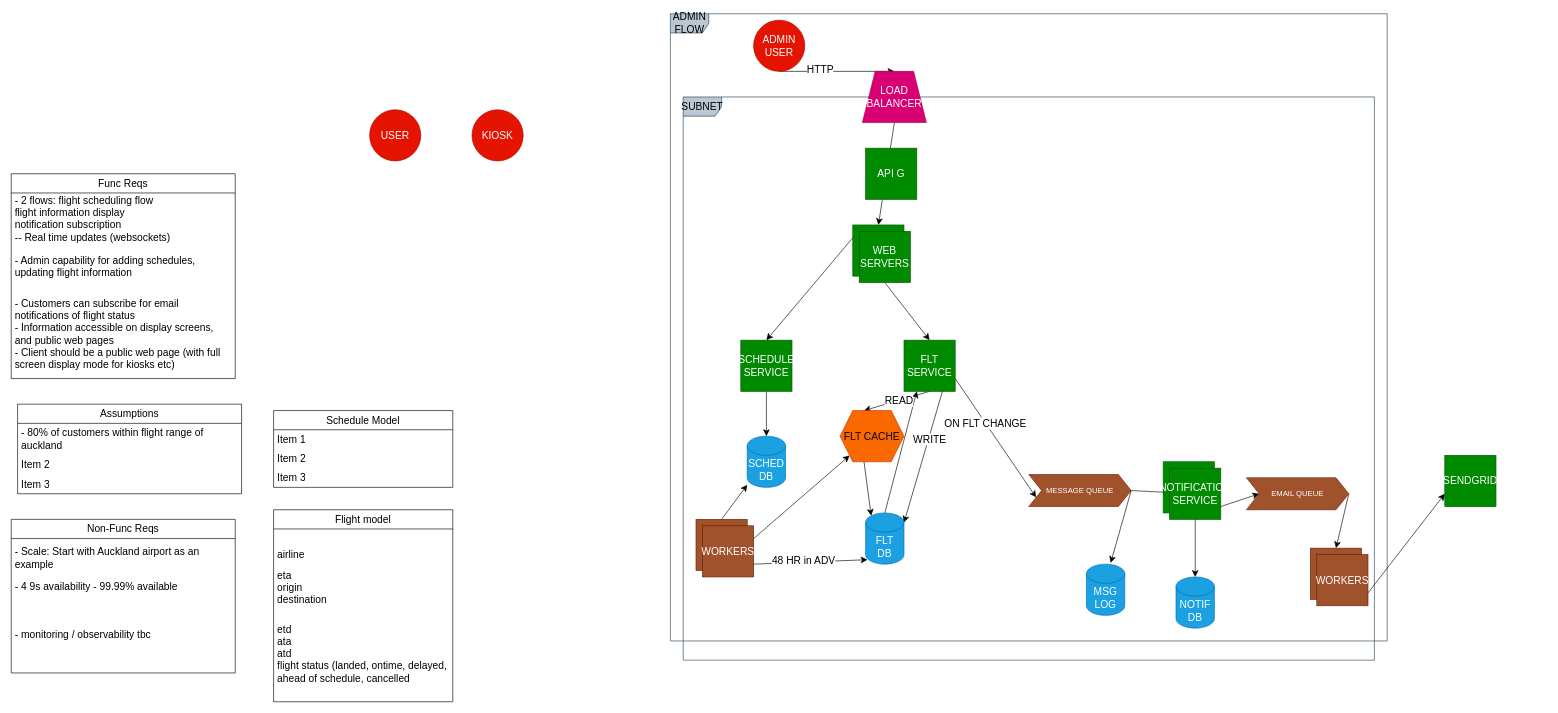
mttchpmn/sysdesign keeps this draw.io diagram as page "REQUIREMENTS" (1 of 2) of diagrams/Xero.drawio. Above is the earlier version. Source tidied: cells renumbered, new cells numbered last; positions are measured from the earlier drawing's top-left corner, leaving out a move shared by most shapes. Both pictures are drawn from the tidied source at 64%, with x=0, y=0 at pixel (11, 13).
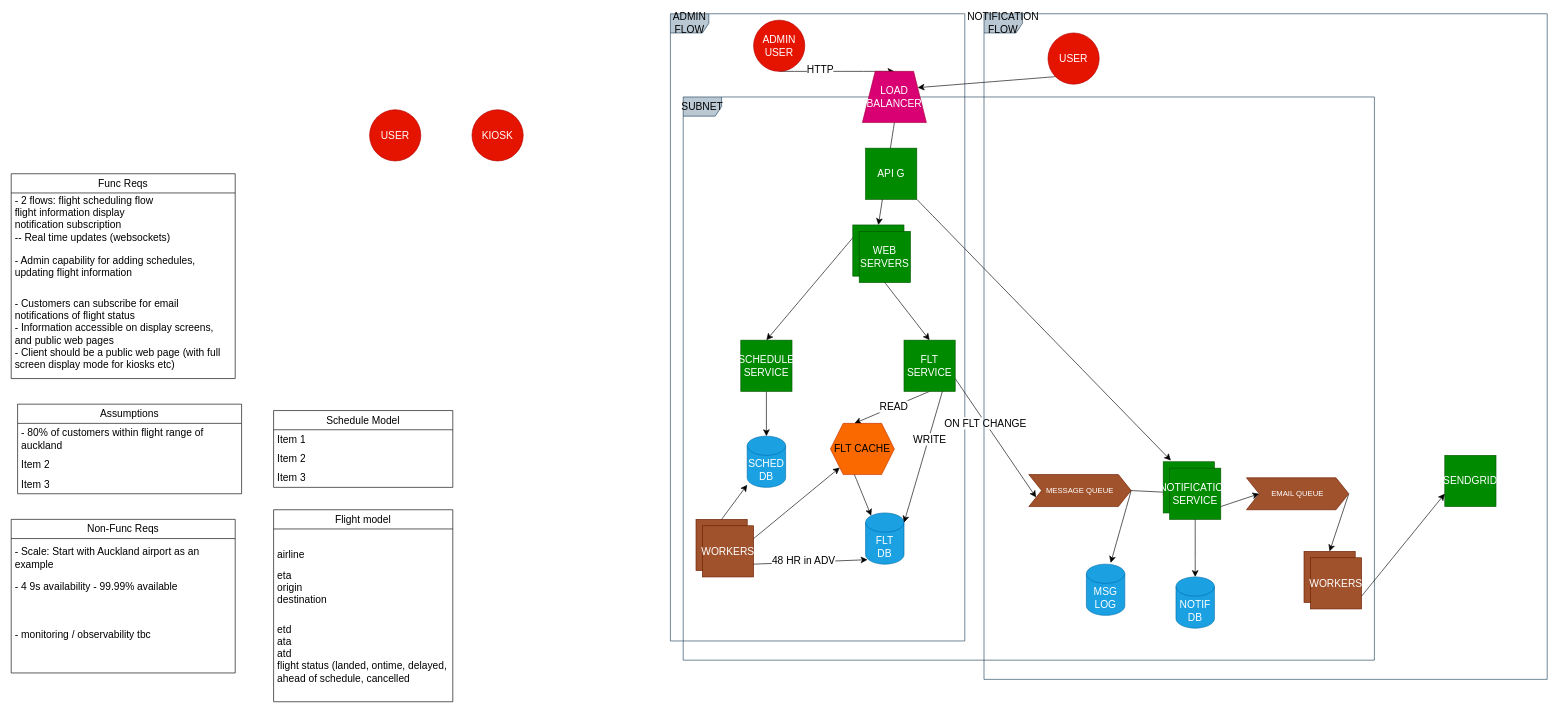
The same page after the edit.

Unchanged cells that the change refers to:
```xml
<mxCell id="30" value="LOAD BALANCER" style="shape=trapezoid;perimeter=trapezoidPerimeter;whiteSpace=wrap;html=1;fixedSize=1;fillColor=#d80073;fontColor=#ffffff;strokeColor=#A50040;fontSize=16;" parent="1" vertex="1">
  <mxGeometry x="1330" y="90" width="100" height="80" as="geometry" />
</mxCell>
<mxCell id="40" value="FLT&lt;br&gt;DB" style="shape=cylinder3;whiteSpace=wrap;html=1;boundedLbl=1;backgroundOutline=1;size=15;fillColor=#1ba1e2;fontColor=#ffffff;strokeColor=#006EAF;fontSize=16;" parent="1" vertex="1">
  <mxGeometry x="1335" y="780" width="60" height="80" as="geometry" />
</mxCell>
<mxCell id="52" value="FLT SERVICE" style="whiteSpace=wrap;html=1;fillColor=#008a00;fontColor=#ffffff;strokeColor=#005700;fontSize=16;" parent="1" vertex="1">
  <mxGeometry x="1395" y="510" width="80" height="80" as="geometry" />
</mxCell>
<mxCell id="58" value="API G" style="whiteSpace=wrap;html=1;fillColor=#008a00;fontColor=#ffffff;strokeColor=#005700;fontSize=16;" parent="1" vertex="1">
  <mxGeometry x="1335" y="210" width="80" height="80" as="geometry" />
</mxCell>
<mxCell id="61" style="whiteSpace=wrap;html=1;fillColor=#008a00;fontColor=#ffffff;strokeColor=#005700;fontSize=16;" parent="60" vertex="1">
  <mxGeometry width="80" height="80" as="geometry" />
</mxCell>
```

Change to the diagram source:
```diff
@@
-    <mxCell id="39" style="edgeStyle=none;curved=1;rounded=0;jettySize=auto;html=1;exitX=0.5;exitY=0;exitDx=0;exitDy=0;exitPerimeter=0;entryX=0.25;entryY=1;entryDx=0;entryDy=0;fontSize=12;startSize=8;endSize=8;" parent="1" edge="1" source="40" target="52">
-      <mxGeometry relative="1" as="geometry" />
-    </mxCell>
@@
     <mxCell id="47" value="ADMIN FLOW" style="shape=umlFrame;whiteSpace=wrap;html=1;fillColor=#bac8d3;strokeColor=#23445d;fontSize=16;" parent="1" vertex="1">
-      <mxGeometry x="1030" width="1120" height="980" as="geometry" />
+      <mxGeometry x="1030" width="460" height="980" as="geometry" />
     </mxCell>
@@
     <mxCell id="54" value="FLT CACHE" style="shape=hexagon;perimeter=hexagonPerimeter2;whiteSpace=wrap;html=1;fixedSize=1;fillColor=#fa6800;fontColor=#000000;strokeColor=#C73500;fontSize=16;" parent="1" vertex="1">
-      <mxGeometry x="1295" y="620" width="100" height="80" as="geometry" />
+      <mxGeometry x="1280" y="640" width="100" height="80" as="geometry" />
     </mxCell>
@@
     <mxCell id="69" style="group;fontSize=16;" parent="1" vertex="1">
-      <mxGeometry x="2030" y="835" width="90" height="90" as="geometry" />
+      <mxGeometry x="2020" y="840" width="90" height="90" as="geometry" />
     </mxCell>
@@
+    <mxCell id="75" style="edgeStyle=none;curved=1;rounded=0;jettySize=auto;html=1;exitX=0;exitY=1;exitDx=0;exitDy=0;entryX=1;entryY=0.25;entryDx=0;entryDy=0;fontSize=12;startSize=8;endSize=8;" parent="1" edge="1" source="76" target="30">
+      <mxGeometry relative="1" as="geometry" />
+    </mxCell>
+    <mxCell id="76" value="USER" style="ellipse;whiteSpace=wrap;html=1;fillColor=#e51400;strokeColor=#B20000;fontColor=#ffffff;fontSize=16;" parent="1" vertex="1">
+      <mxGeometry x="1620" y="30" width="80" height="80" as="geometry" />
+    </mxCell>
+    <mxCell id="77" style="edgeStyle=none;curved=1;rounded=0;jettySize=auto;html=1;exitX=1;exitY=1;exitDx=0;exitDy=0;entryX=0.15;entryY=-0.025;entryDx=0;entryDy=0;entryPerimeter=0;fontSize=12;startSize=8;endSize=8;" parent="1" edge="1" source="58" target="61">
+      <mxGeometry relative="1" as="geometry" />
+    </mxCell>
+    <mxCell id="78" value="NOTIFICATION FLOW" style="shape=umlFrame;whiteSpace=wrap;html=1;fillColor=#bac8d3;strokeColor=#23445d;fontSize=16;" parent="1" vertex="1">
+      <mxGeometry x="1520" width="880" height="1040" as="geometry" />
+    </mxCell>
```
